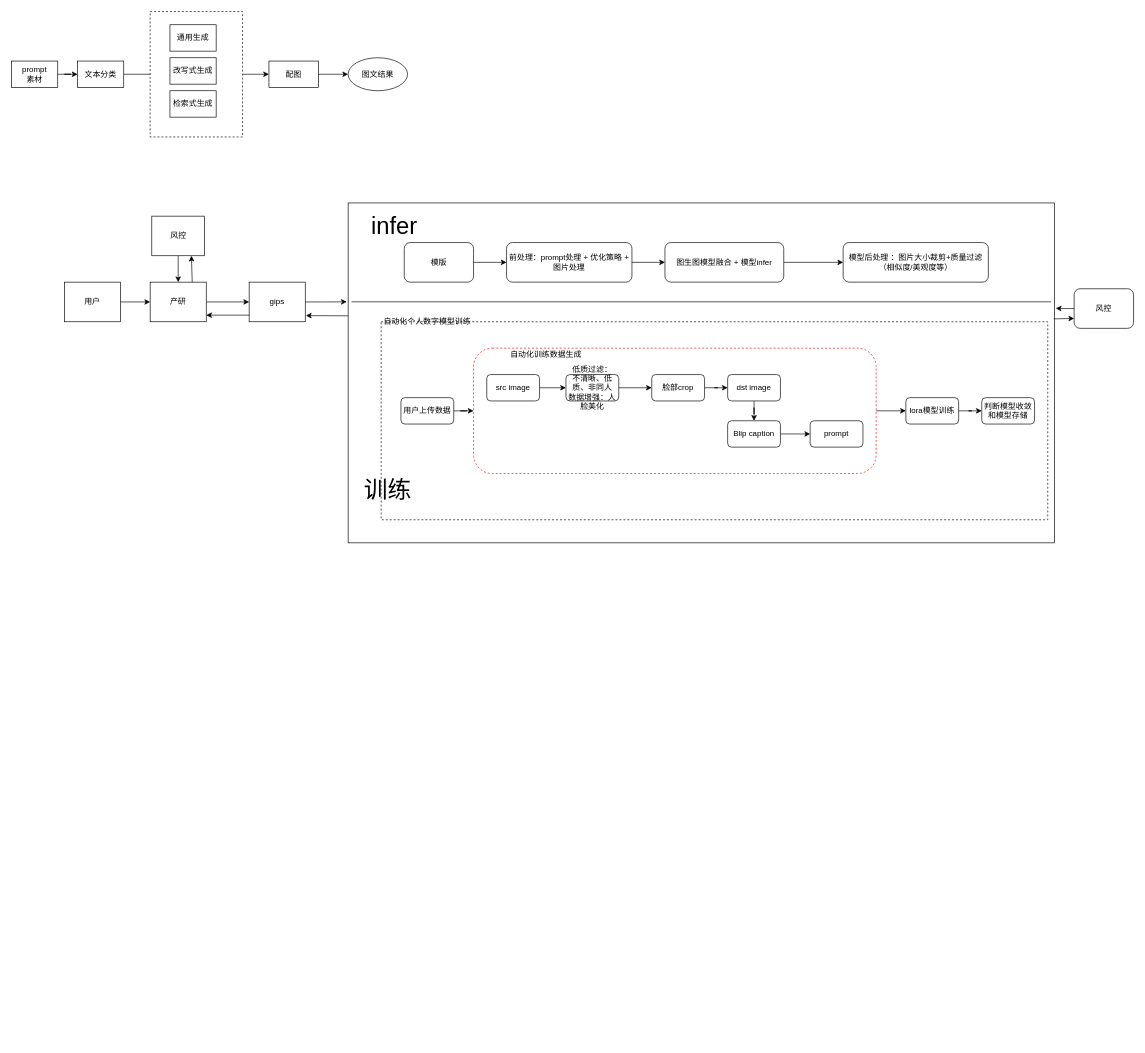
Before: 图文生产.drawio in 2018liuyan/one, a draw.io diagram. Source tidied: cells renumbered, new cells numbered last; positions are measured from the earlier drawing's top-left corner, leaving out a move shared by most shapes. Both pictures are drawn from the tidied source at 66%, with x=0, y=0 at pixel (11, 11).
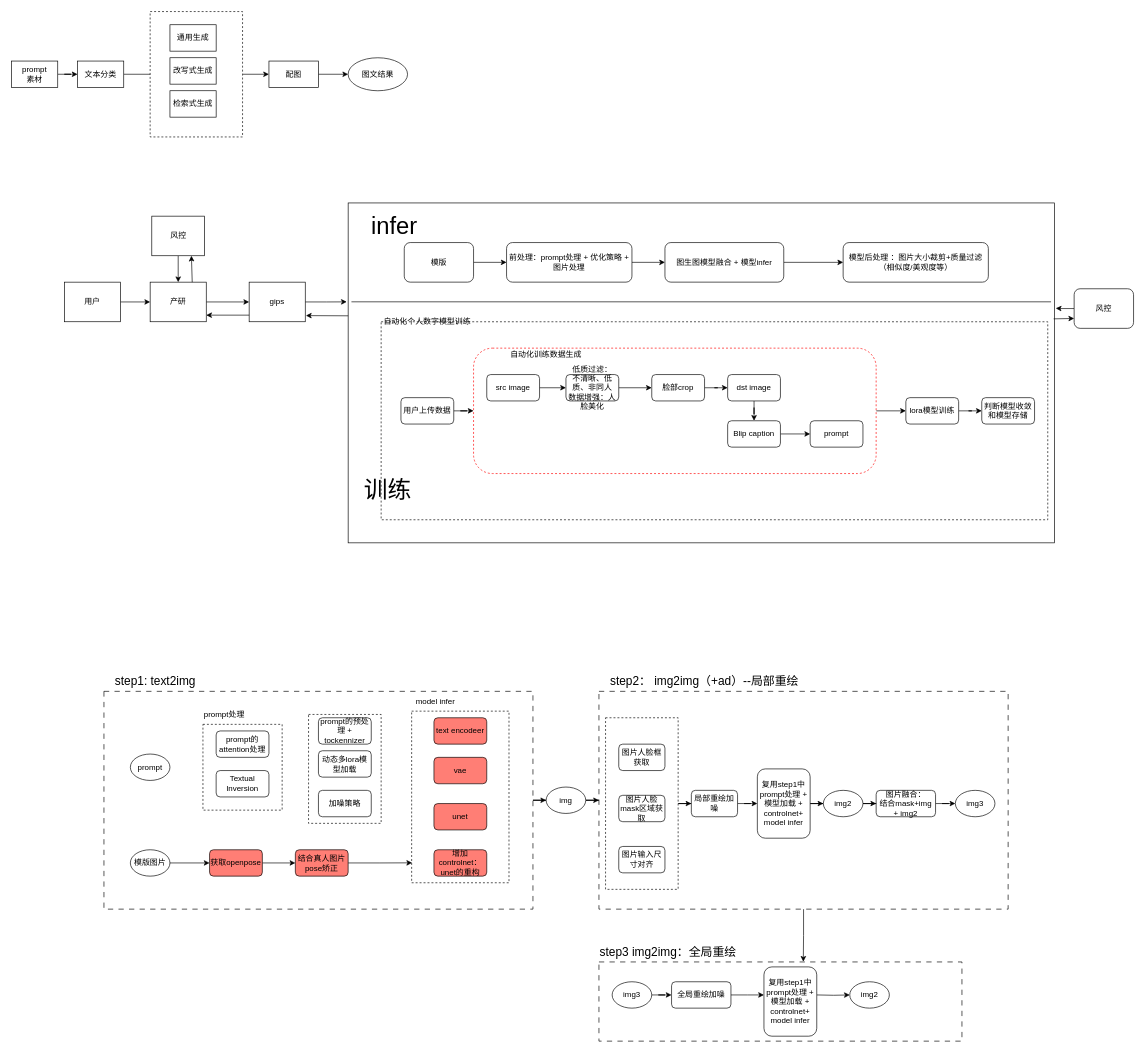
The same diagram, later.

Commit message:
更新图文生产.drawio

The edit, as a diff of the source:
```diff
@@
+    <mxCell id="60" style="rounded=0;whiteSpace=wrap;html=1;dashed=1;dashPattern=8 8;" parent="1" vertex="1">
+      <mxGeometry x="140" y="1030" width="650" height="330" as="geometry" />
+    </mxCell>
+    <mxCell id="61" style="rounded=0;whiteSpace=wrap;html=1;dashed=1;" parent="1" vertex="1">
+      <mxGeometry x="450" y="1065" width="110" height="165" as="geometry" />
+    </mxCell>
+    <mxCell id="62" style="rounded=0;whiteSpace=wrap;html=1;dashed=1;dashPattern=8 8;" parent="1" vertex="1">
+      <mxGeometry x="890" y="1030" width="620" height="330" as="geometry" />
+    </mxCell>
+    <mxCell id="63" style="edgeStyle=orthogonalEdgeStyle;rounded=0;jettySize=auto;html=1;" parent="1" edge="1" source="64" target="87">
+      <mxGeometry relative="1" as="geometry" />
+    </mxCell>
+    <mxCell id="64" style="rounded=0;whiteSpace=wrap;html=1;dashed=1;" parent="1" vertex="1">
+      <mxGeometry x="900" y="1070" width="110" height="260" as="geometry" />
+    </mxCell>
+    <mxCell id="65" style="edgeStyle=orthogonalEdgeStyle;rounded=0;jettySize=auto;html=1;entryX=0.563;entryY=-0.003;entryDx=0;entryDy=0;entryPerimeter=0;" parent="1" edge="1" source="62" target="102">
+      <mxGeometry relative="1" as="geometry" />
+    </mxCell>
+    <mxCell id="66" style="edgeStyle=orthogonalEdgeStyle;rounded=0;jettySize=auto;html=1;entryX=0;entryY=0.5;entryDx=0;entryDy=0;" parent="1" edge="1" source="60" target="94">
+      <mxGeometry relative="1" as="geometry" />
+    </mxCell>
+    <mxCell id="67" style="rounded=0;whiteSpace=wrap;html=1;dashed=1;" parent="1" vertex="1">
+      <mxGeometry x="606.2" y="1060" width="147.5" height="260" as="geometry" />
+    </mxCell>
+    <mxCell id="68" style="rounded=0;whiteSpace=wrap;html=1;dashed=1;" parent="1" vertex="1">
+      <mxGeometry x="290" y="1080" width="120" height="130" as="geometry" />
+    </mxCell>
@@
+    <mxCell id="69" value="prompt的attention处理" style="rounded=1;whiteSpace=wrap;html=1;" parent="1" vertex="1">
+      <mxGeometry x="310" y="1090" width="80" height="40" as="geometry" />
+    </mxCell>
+    <mxCell id="70" value="Textual Inversion&lt;br&gt;&lt;ul style=&quot;box-sizing: border-box; padding-left: 2em; margin-top: 0px; margin-bottom: 0px; color: rgb(31, 35, 40); font-family: -apple-system, system-ui, &amp;quot;Segoe UI&amp;quot;, &amp;quot;Noto Sans&amp;quot;, Helvetica, Arial, sans-serif, &amp;quot;Apple Color Emoji&amp;quot;, &amp;quot;Segoe UI Emoji&amp;quot;; font-size: 16px; text-align: left; background-color: rgb(255, 255, 255);&quot; dir=&quot;auto&quot;&gt;&lt;/ul&gt;" style="rounded=1;whiteSpace=wrap;html=1;" parent="1" vertex="1">
+      <mxGeometry x="310" y="1150" width="80" height="40" as="geometry" />
+    </mxCell>
+    <mxCell id="71" value="动态多lora模型加载" style="rounded=1;whiteSpace=wrap;html=1;" parent="1" vertex="1">
+      <mxGeometry x="465" y="1120" width="80" height="40" as="geometry" />
+    </mxCell>
+    <mxCell id="72" style="edgeStyle=orthogonalEdgeStyle;rounded=0;jettySize=auto;html=1;" parent="1" edge="1" source="73" target="75">
+      <mxGeometry relative="1" as="geometry" />
+    </mxCell>
+    <mxCell id="73" value="获取openpose" style="rounded=1;whiteSpace=wrap;html=1;fillColor=#FF7E75;" parent="1" vertex="1">
+      <mxGeometry x="300" y="1270" width="80" height="40" as="geometry" />
+    </mxCell>
+    <mxCell id="74" style="edgeStyle=orthogonalEdgeStyle;rounded=0;jettySize=auto;html=1;entryX=0.005;entryY=0.884;entryDx=0;entryDy=0;entryPerimeter=0;" parent="1" edge="1" source="75" target="67">
+      <mxGeometry relative="1" as="geometry" />
+    </mxCell>
+    <mxCell id="75" value="结合真人图片pose矫正" style="rounded=1;whiteSpace=wrap;html=1;fillColor=#FF7E75;" parent="1" vertex="1">
+      <mxGeometry x="430" y="1270" width="80" height="40" as="geometry" />
+    </mxCell>
+    <mxCell id="76" value="text encodeer" style="rounded=1;whiteSpace=wrap;html=1;fillColor=#FF7E75;" parent="1" vertex="1">
+      <mxGeometry x="640" y="1070" width="80" height="40" as="geometry" />
+    </mxCell>
+    <mxCell id="77" value="加噪策略" style="rounded=1;whiteSpace=wrap;html=1;" parent="1" vertex="1">
+      <mxGeometry x="465" y="1180" width="80" height="40" as="geometry" />
+    </mxCell>
+    <mxCell id="78" value="prompt的预处理 + tockennizer" style="rounded=1;whiteSpace=wrap;html=1;" parent="1" vertex="1">
+      <mxGeometry x="465" y="1070" width="80" height="40" as="geometry" />
+    </mxCell>
+    <mxCell id="79" value="unet" style="rounded=1;whiteSpace=wrap;html=1;fillColor=#FF7E75;" parent="1" vertex="1">
+      <mxGeometry x="640" y="1200" width="80" height="40" as="geometry" />
+    </mxCell>
+    <mxCell id="80" value="vae" style="rounded=1;whiteSpace=wrap;html=1;fillColor=#FF7E75;" parent="1" vertex="1">
+      <mxGeometry x="640" y="1130" width="80" height="40" as="geometry" />
+    </mxCell>
+    <mxCell id="81" value="增加controlnet：unet的重构" style="rounded=1;whiteSpace=wrap;html=1;fillColor=#FF7E75;" parent="1" vertex="1">
+      <mxGeometry x="640" y="1270" width="80" height="40" as="geometry" />
+    </mxCell>
+    <mxCell id="82" value="&lt;font style=&quot;font-size: 18px;&quot;&gt;step1: text2img&lt;/font&gt;" style="text;html=1;strokeColor=none;fillColor=none;align=center;verticalAlign=middle;whiteSpace=wrap;rounded=0;" parent="1" vertex="1">
+      <mxGeometry x="142.5" y="1000" width="150" height="30" as="geometry" />
+    </mxCell>
+    <mxCell id="83" value="图片人脸框获取" style="rounded=1;whiteSpace=wrap;html=1;" parent="1" vertex="1">
+      <mxGeometry x="920" y="1110" width="70" height="40" as="geometry" />
+    </mxCell>
+    <mxCell id="84" value="图片人脸mask区域获取" style="rounded=1;whiteSpace=wrap;html=1;" parent="1" vertex="1">
+      <mxGeometry x="920" y="1187.5" width="70" height="40" as="geometry" />
+    </mxCell>
+    <mxCell id="85" value="图片输入尺寸对齐" style="rounded=1;whiteSpace=wrap;html=1;" parent="1" vertex="1">
+      <mxGeometry x="920" y="1265" width="70" height="40" as="geometry" />
+    </mxCell>
+    <mxCell id="86" style="edgeStyle=orthogonalEdgeStyle;rounded=0;jettySize=auto;html=1;" parent="1" edge="1" source="87" target="89">
+      <mxGeometry relative="1" as="geometry" />
+    </mxCell>
+    <mxCell id="87" value="局部重绘加噪" style="rounded=1;whiteSpace=wrap;html=1;" parent="1" vertex="1">
+      <mxGeometry x="1030" y="1180" width="70" height="40" as="geometry" />
+    </mxCell>
+    <mxCell id="88" style="edgeStyle=orthogonalEdgeStyle;rounded=0;jettySize=auto;html=1;" parent="1" edge="1" source="89" target="96">
+      <mxGeometry relative="1" as="geometry" />
+    </mxCell>
+    <mxCell id="89" value="复用step1中prompt处理 + 模型加载 + controlnet+&lt;br&gt;model infer" style="rounded=1;whiteSpace=wrap;html=1;" parent="1" vertex="1">
+      <mxGeometry x="1130" y="1147.5" width="80" height="105" as="geometry" />
+    </mxCell>
+    <mxCell id="90" style="edgeStyle=orthogonalEdgeStyle;rounded=0;jettySize=auto;html=1;" parent="1" edge="1" source="91" target="97">
+      <mxGeometry relative="1" as="geometry" />
+    </mxCell>
+    <mxCell id="91" value="图片融合：&lt;br&gt;结合mask+img + img2" style="rounded=1;whiteSpace=wrap;html=1;" parent="1" vertex="1">
+      <mxGeometry x="1310" y="1180" width="90" height="40" as="geometry" />
+    </mxCell>
+    <mxCell id="92" value="&lt;font style=&quot;font-size: 18px;&quot;&gt;step2： img2img（+ad）--局部重绘&lt;/font&gt;" style="text;html=1;strokeColor=none;fillColor=none;align=center;verticalAlign=middle;whiteSpace=wrap;rounded=0;" parent="1" vertex="1">
+      <mxGeometry x="900" y="1000" width="300" height="30" as="geometry" />
+    </mxCell>
+    <mxCell id="93" style="edgeStyle=orthogonalEdgeStyle;rounded=0;jettySize=auto;html=1;entryX=0;entryY=0.5;entryDx=0;entryDy=0;" parent="1" edge="1" source="94" target="62">
+      <mxGeometry relative="1" as="geometry" />
+    </mxCell>
+    <mxCell id="94" value="img" style="ellipse;whiteSpace=wrap;html=1;" parent="1" vertex="1">
+      <mxGeometry x="810" y="1175" width="60" height="40" as="geometry" />
+    </mxCell>
+    <mxCell id="95" style="edgeStyle=orthogonalEdgeStyle;rounded=0;jettySize=auto;html=1;" parent="1" edge="1" source="96" target="91">
+      <mxGeometry relative="1" as="geometry" />
+    </mxCell>
+    <mxCell id="96" value="img2" style="ellipse;whiteSpace=wrap;html=1;" parent="1" vertex="1">
+      <mxGeometry x="1230" y="1180" width="60" height="40" as="geometry" />
+    </mxCell>
+    <mxCell id="97" value="img3" style="ellipse;whiteSpace=wrap;html=1;" parent="1" vertex="1">
+      <mxGeometry x="1430" y="1180" width="60" height="40" as="geometry" />
+    </mxCell>
+    <mxCell id="98" value="prompt" style="ellipse;whiteSpace=wrap;html=1;" parent="1" vertex="1">
+      <mxGeometry x="180" y="1125" width="60" height="40" as="geometry" />
+    </mxCell>
+    <mxCell id="99" style="edgeStyle=orthogonalEdgeStyle;rounded=0;jettySize=auto;html=1;" parent="1" edge="1" source="100" target="73">
+      <mxGeometry relative="1" as="geometry" />
+    </mxCell>
+    <mxCell id="100" value="模版图片" style="ellipse;whiteSpace=wrap;html=1;" parent="1" vertex="1">
+      <mxGeometry x="180" y="1270" width="60" height="40" as="geometry" />
+    </mxCell>
+    <mxCell id="101" value="&lt;font style=&quot;font-size: 18px;&quot;&gt;step3 img2img：全局重绘&lt;/font&gt;" style="text;html=1;strokeColor=none;fillColor=none;align=center;verticalAlign=middle;whiteSpace=wrap;rounded=0;" parent="1" vertex="1">
+      <mxGeometry x="890" y="1410" width="210" height="30" as="geometry" />
+    </mxCell>
+    <mxCell id="102" style="rounded=0;whiteSpace=wrap;html=1;dashed=1;dashPattern=8 8;" parent="1" vertex="1">
+      <mxGeometry x="890" y="1440" width="550" height="120" as="geometry" />
+    </mxCell>
+    <mxCell id="103" style="edgeStyle=orthogonalEdgeStyle;rounded=0;jettySize=auto;html=1;" parent="1" edge="1" source="104">
+      <mxGeometry relative="1" as="geometry">
+        <mxPoint x="1140" y="1490" as="targetPoint" />
+      </mxGeometry>
+    </mxCell>
+    <mxCell id="104" value="全局重绘加噪" style="rounded=1;whiteSpace=wrap;html=1;" parent="1" vertex="1">
+      <mxGeometry x="1000" y="1470" width="90" height="40" as="geometry" />
+    </mxCell>
+    <mxCell id="105" style="edgeStyle=orthogonalEdgeStyle;rounded=0;jettySize=auto;html=1;" parent="1" edge="1" target="106">
+      <mxGeometry relative="1" as="geometry">
+        <mxPoint x="1220" y="1490" as="sourcePoint" />
+      </mxGeometry>
+    </mxCell>
+    <mxCell id="106" value="img2" style="ellipse;whiteSpace=wrap;html=1;" parent="1" vertex="1">
+      <mxGeometry x="1270" y="1470" width="60" height="40" as="geometry" />
+    </mxCell>
+    <mxCell id="107" style="edgeStyle=orthogonalEdgeStyle;rounded=0;jettySize=auto;html=1;" parent="1" edge="1" source="108" target="104">
+      <mxGeometry relative="1" as="geometry" />
+    </mxCell>
+    <mxCell id="108" value="img3" style="ellipse;whiteSpace=wrap;html=1;" parent="1" vertex="1">
+      <mxGeometry x="910" y="1470" width="60" height="40" as="geometry" />
+    </mxCell>
+    <mxCell id="109" value="复用step1中prompt处理 + 模型加载 + controlnet+&lt;br&gt;model infer" style="rounded=1;whiteSpace=wrap;html=1;" parent="1" vertex="1">
+      <mxGeometry x="1140" y="1447.5" width="80" height="105" as="geometry" />
+    </mxCell>
+    <mxCell id="110" value="model infer" style="text;html=1;strokeColor=none;fillColor=none;align=center;verticalAlign=middle;whiteSpace=wrap;rounded=0;" parent="1" vertex="1">
+      <mxGeometry x="600" y="1030" width="85" height="30" as="geometry" />
+    </mxCell>
+    <mxCell id="111" value="prompt处理" style="text;html=1;strokeColor=none;fillColor=none;align=center;verticalAlign=middle;whiteSpace=wrap;rounded=0;" parent="1" vertex="1">
+      <mxGeometry x="280" y="1050" width="85" height="30" as="geometry" />
+    </mxCell>
```
